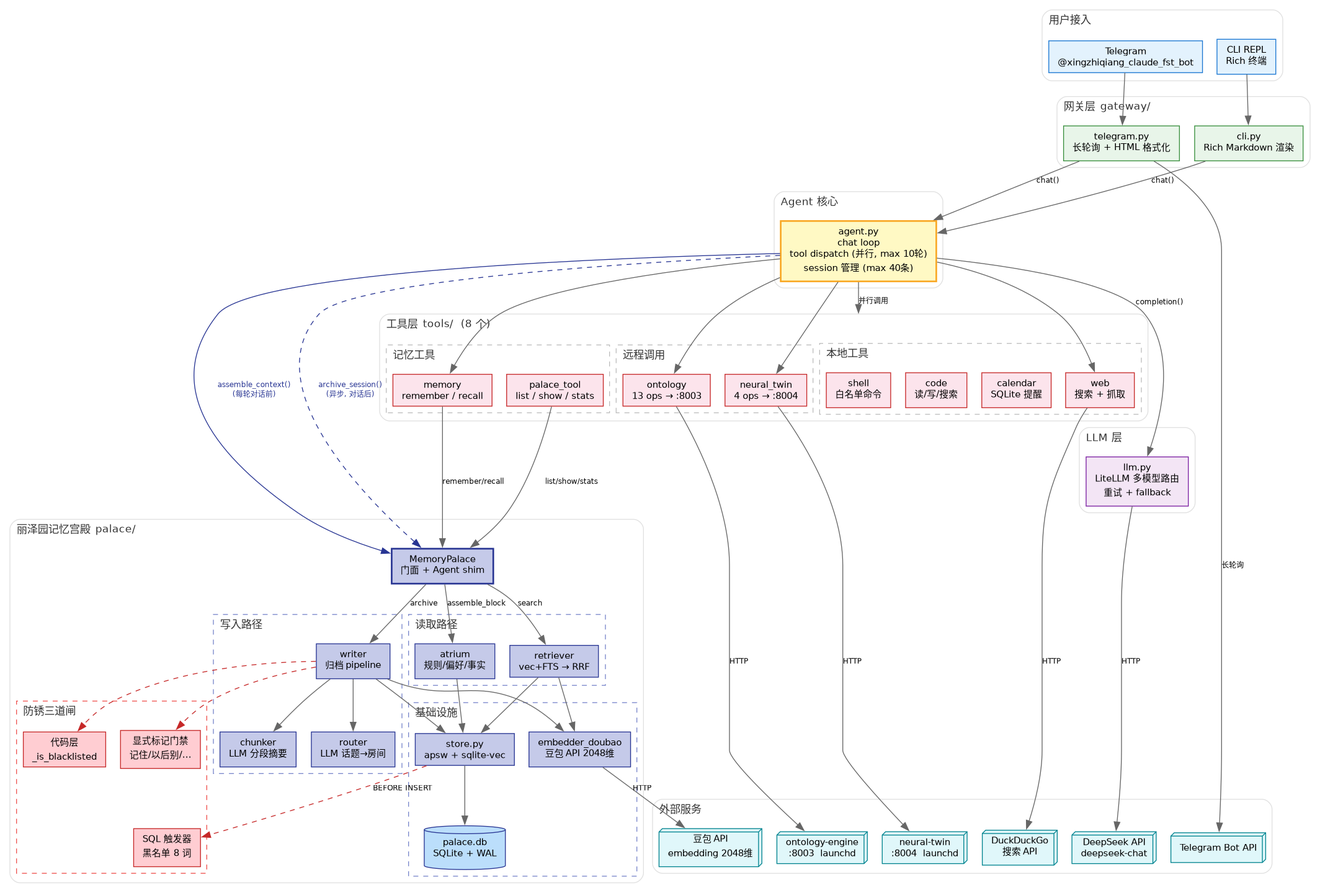
Earlier version of the Graphviz export docs/architecture.png (walkxing-glitch/mybot). Its source is kept beside it as docs/architecture.dot.
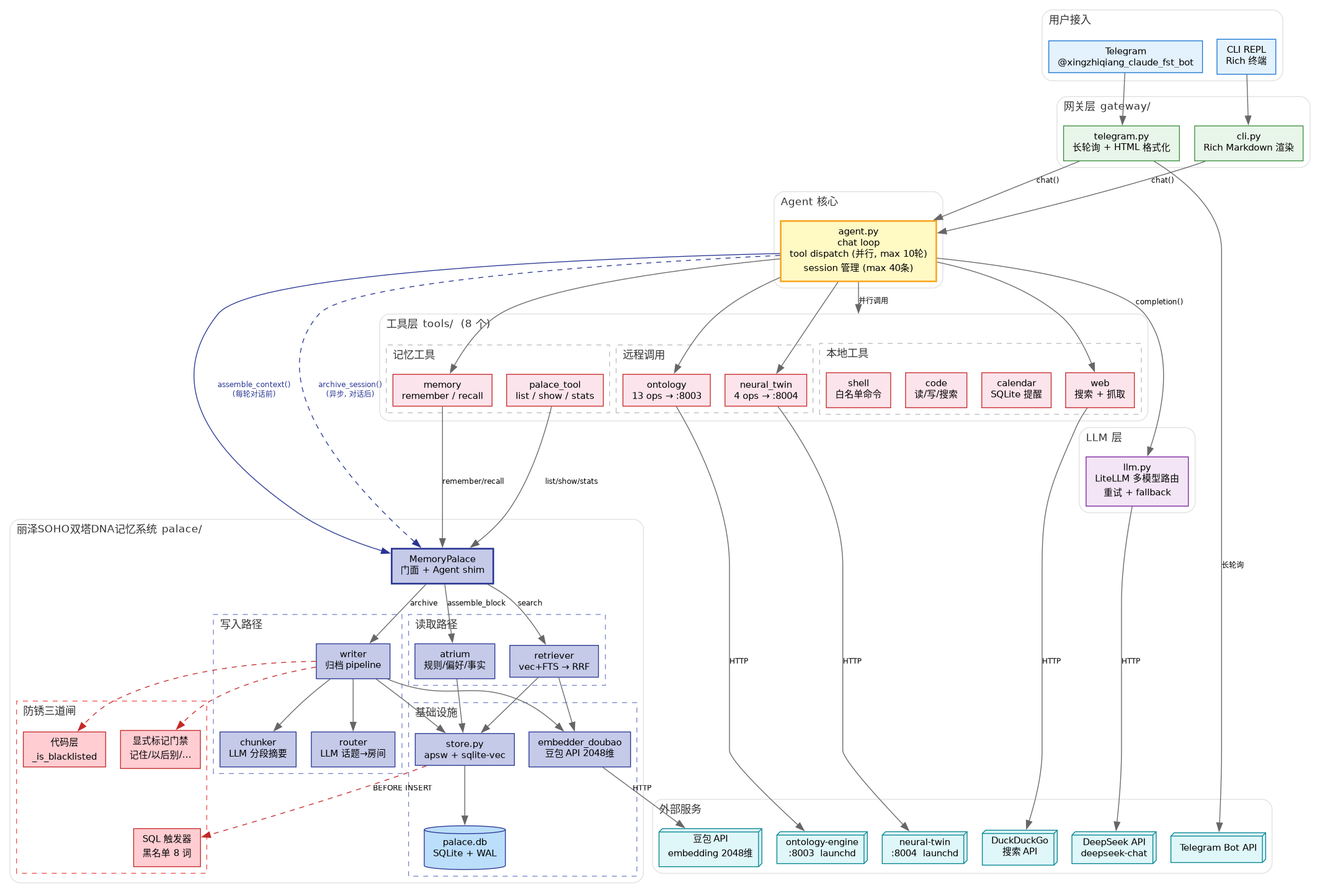
The same file after the commit.

Commit message:
rename: 丽泽园记忆宫殿 → 丽泽SOHO双塔DNA记忆系统

Diff of the diagram source:
```diff
@@ -59,7 +59,7 @@
     }
 
     subgraph cluster_palace {
-        label="丽泽园记忆宫殿  palace/"; labeljust=l; style=rounded; color="#E0E0E0"; fillcolor="#E8EAF6"; fontsize=13; fontcolor="#333333";
+        label="丽泽SOHO双塔DNA记忆系统  palace/"; labeljust=l; style=rounded; color="#E0E0E0"; fillcolor="#E8EAF6"; fontsize=13; fontcolor="#333333";
         node [fillcolor="#C5CAE9", color="#283593"];
 
         palace_facade [label="MemoryPalace\n门面 + Agent shim", penwidth=2];
```
